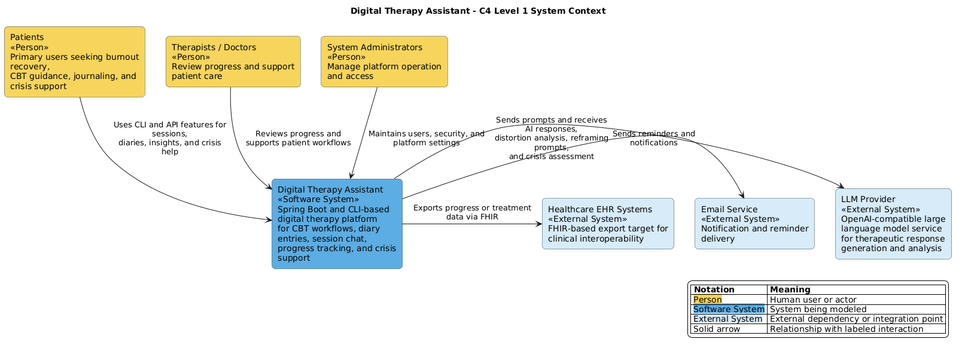
This is SE320App/docs/architecture/c4-context.png from Gosha04/SE320, a PlantUML export, as it was before one commit. The source it was exported from:
```plantuml
@startuml
title Digital Therapy Assistant - C4 Level 1 System Context

skinparam shadowing false
skinparam backgroundColor white
skinparam defaultFontName Arial
skinparam packageStyle rectangle
skinparam wrapWidth 220
skinparam maxMessageSize 200
skinparam rectangle {
  RoundCorner 12
  BorderColor #2F4858
}
skinparam person {
  BorderColor #2F4858
  BackgroundColor #F6D55C
}

rectangle "Patients\n<<Person>>\nPrimary users seeking burnout recovery,\nCBT guidance, journaling, and crisis support" as patient #F6D55C
rectangle "Therapists / Doctors\n<<Person>>\nReview progress and support patient care" as therapist #F6D55C
rectangle "System Administrators\n<<Person>>\nManage platform operation and access" as admin #F6D55C

rectangle "Digital Therapy Assistant\n<<Software System>>\nSpring Boot and CLI-based digital therapy platform\nfor CBT workflows, diary entries, session chat,\nprogress tracking, and crisis support" as dta #5DADE2

rectangle "LLM Provider\n<<External System>>\nOpenAI-compatible large language model service\nfor therapeutic response generation and analysis" as llm #D6EAF8
rectangle "Email Service\n<<External System>>\nNotification and reminder delivery" as email #D6EAF8
rectangle "Healthcare EHR Systems\n<<External System>>\nFHIR-based export target for clinical interoperability" as ehr #D6EAF8

patient -down-> dta : Uses CLI and API features for sessions,\ndiaries, insights, and crisis help
therapist -down-> dta : Reviews progress and supports patient workflows
admin -down-> dta : Maintains users, security, and platform settings

dta -right-> llm : Sends prompts and receives AI responses,\ndistortion analysis, reframing prompts,\nand crisis assessment
dta -right-> email : Sends reminders and notifications
dta -right-> ehr : Exports progress or treatment data via FHIR

legend right
|= Notation |= Meaning |
| <back:#F6D55C>Person</back> | Human user or actor |
| <back:#5DADE2>Software System</back> | System being modeled |
| <back:#D6EAF8>External System</back> | External dependency or integration point |
| Solid arrow | Relationship with labeled interaction |
endlegend
@enduml
```
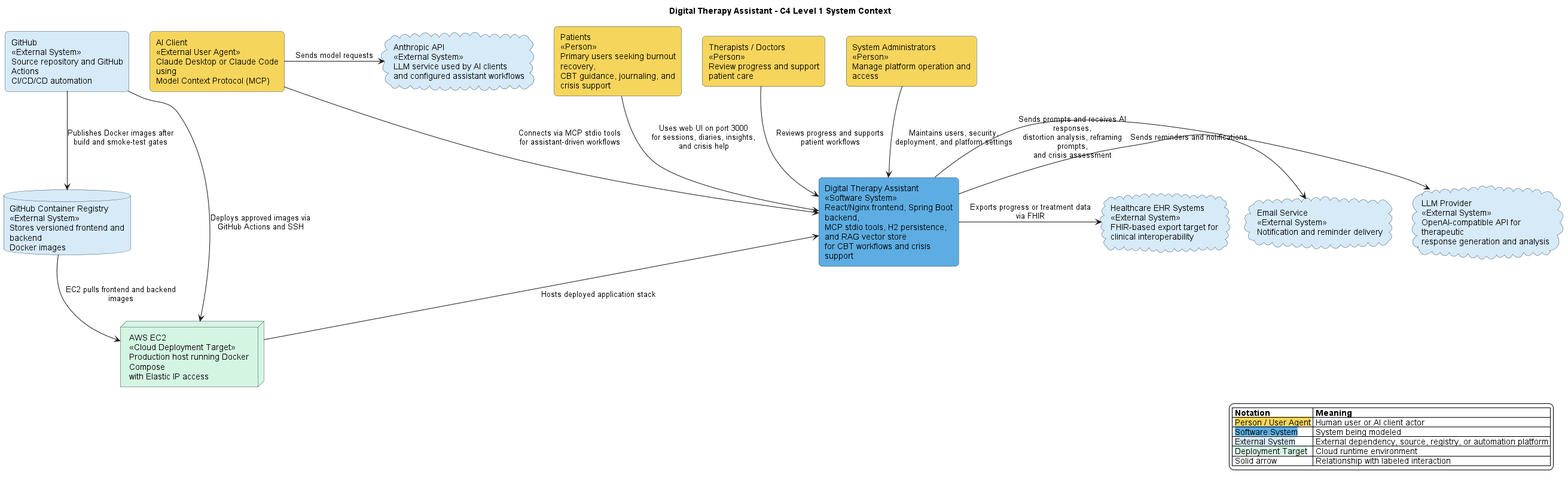
Above is the later version.

Commit message:
Updated c4 Diagrams for assignment 3

What changed in the source:
```diff
@@ -1,4 +1,4 @@
-@startuml
+@startuml c4-context
 title Digital Therapy Assistant - C4 Level 1 System Context
 
 skinparam shadowing false
@@ -6,39 +6,60 @@
 skinparam defaultFontName Arial
 skinparam packageStyle rectangle
 skinparam wrapWidth 220
-skinparam maxMessageSize 200
+skinparam maxMessageSize 220
 skinparam rectangle {
   RoundCorner 12
   BorderColor #2F4858
 }
-skinparam person {
+skinparam node {
+  RoundCorner 12
   BorderColor #2F4858
-  BackgroundColor #F6D55C
+}
+skinparam cloud {
+  BorderColor #2F4858
+}
+skinparam database {
+  BorderColor #2F4858
 }
 
 rectangle "Patients\n<<Person>>\nPrimary users seeking burnout recovery,\nCBT guidance, journaling, and crisis support" as patient #F6D55C
 rectangle "Therapists / Doctors\n<<Person>>\nReview progress and support patient care" as therapist #F6D55C
 rectangle "System Administrators\n<<Person>>\nManage platform operation and access" as admin #F6D55C
+rectangle "AI Client\n<<External User Agent>>\nClaude Desktop or Claude Code using\nModel Context Protocol (MCP)" as ai_client #F6D55C
 
-rectangle "Digital Therapy Assistant\n<<Software System>>\nSpring Boot and CLI-based digital therapy platform\nfor CBT workflows, diary entries, session chat,\nprogress tracking, and crisis support" as dta #5DADE2
+rectangle "Digital Therapy Assistant\n<<Software System>>\nReact/Nginx frontend, Spring Boot backend,\nMCP stdio tools, H2 persistence, and RAG vector store\nfor CBT workflows and crisis support" as dta #5DADE2
 
-rectangle "LLM Provider\n<<External System>>\nOpenAI-compatible large language model service\nfor therapeutic response generation and analysis" as llm #D6EAF8
-rectangle "Email Service\n<<External System>>\nNotification and reminder delivery" as email #D6EAF8
-rectangle "Healthcare EHR Systems\n<<External System>>\nFHIR-based export target for clinical interoperability" as ehr #D6EAF8
+cloud "Anthropic API\n<<External System>>\nLLM service used by AI clients\nand configured assistant workflows" as anthropic #D6EAF8
+cloud "LLM Provider\n<<External System>>\nOpenAI-compatible API for therapeutic\nresponse generation and analysis" as llm #D6EAF8
+cloud "Email Service\n<<External System>>\nNotification and reminder delivery" as email #D6EAF8
+cloud "Healthcare EHR Systems\n<<External System>>\nFHIR-based export target for clinical interoperability" as ehr #D6EAF8
 
-patient -down-> dta : Uses CLI and API features for sessions,\ndiaries, insights, and crisis help
+rectangle "GitHub\n<<External System>>\nSource repository and GitHub Actions\nCI/CD/CD automation" as github #D6EAF8
+database "GitHub Container Registry\n<<External System>>\nStores versioned frontend and backend\nDocker images" as ghcr #D6EAF8
+node "AWS EC2\n<<Cloud Deployment Target>>\nProduction host running Docker Compose\nwith Elastic IP access" as ec2 #D5F5E3
+
+patient -down-> dta : Uses web UI on port 3000\nfor sessions, diaries, insights,\nand crisis help
 therapist -down-> dta : Reviews progress and supports patient workflows
-admin -down-> dta : Maintains users, security, and platform settings
+admin -down-> dta : Maintains users, security,\ndeployment, and platform settings
+ai_client -down-> dta : Connects via MCP stdio tools\nfor assistant-driven workflows
+ai_client -right-> anthropic : Sends model requests
 
 dta -right-> llm : Sends prompts and receives AI responses,\ndistortion analysis, reframing prompts,\nand crisis assessment
 dta -right-> email : Sends reminders and notifications
 dta -right-> ehr : Exports progress or treatment data via FHIR
 
+github -down-> ghcr : Publishes Docker images after\nbuild and smoke-test gates
+github -down-> ec2 : Deploys approved images via\nGitHub Actions and SSH
+ghcr -down-> ec2 : EC2 pulls frontend and backend images
+ec2 -up-> dta : Hosts deployed application stack
+
 legend right
 |= Notation |= Meaning |
-| <back:#F6D55C>Person</back> | Human user or actor |
+| <back:#F6D55C>Person / User Agent</back> | Human user or AI client actor |
 | <back:#5DADE2>Software System</back> | System being modeled |
-| <back:#D6EAF8>External System</back> | External dependency or integration point |
+| <back:#D6EAF8>External System</back> | External dependency, source, registry, or automation platform |
+| <back:#D5F5E3>Deployment Target</back> | Cloud runtime environment |
 | Solid arrow | Relationship with labeled interaction |
 endlegend
+
 @enduml
```
